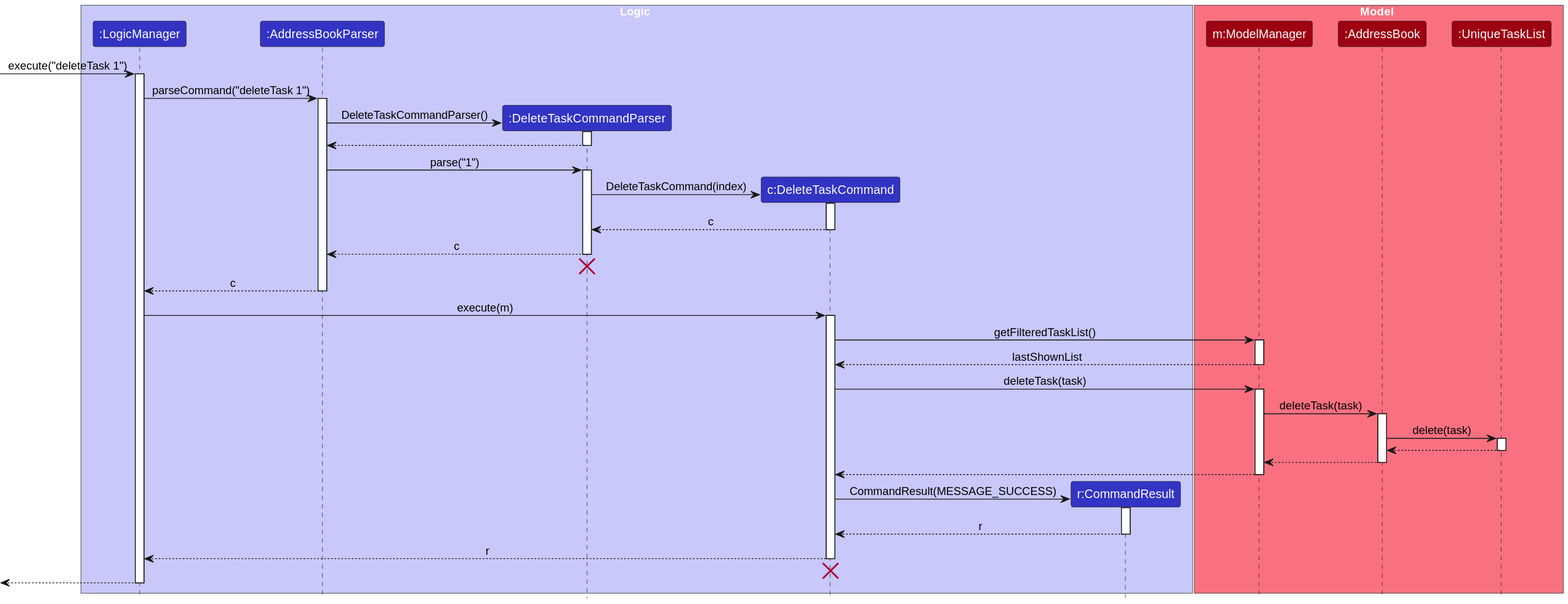
Above: docs/assets/svg/dg/DeleteTaskSequenceDiagram.svg in pra-navi/tp (PlantUML), before the change.
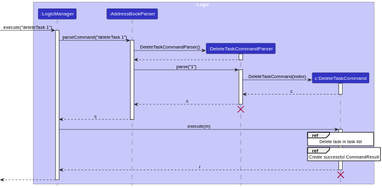
After the commit.

Diff of the diagram source:
```diff
@@ -1,19 +1,13 @@
 @startuml
 !include style.puml
 skinparam ArrowFontStyle plain
+skinparam sequenceReferenceBackgroundColor white
 
 box Logic LOGIC_COLOR_T1
 participant ":LogicManager" as LogicManager LOGIC_COLOR
 participant ":AddressBookParser" as AddressBookParser LOGIC_COLOR
 participant ":DeleteTaskCommandParser" as DeleteTaskCommandParser LOGIC_COLOR
 participant "c:DeleteTaskCommand" as DeleteTaskCommand LOGIC_COLOR
-participant "r:CommandResult" as CommandResult LOGIC_COLOR
-end box
-
-box Model MODEL_COLOR_T1
-participant "m:ModelManager" as ModelManager MODEL_COLOR
-participant ":AddressBook" as AddressBook MODEL_COLOR
-participant ":UniqueTaskList" as UniqueTaskList MODEL_COLOR
 end box
 
 [-> LogicManager : execute("deleteTask 1")
@@ -50,36 +44,9 @@
 LogicManager -> DeleteTaskCommand : execute(m)
 activate DeleteTaskCommand
 
-DeleteTaskCommand -> ModelManager : getFilteredTaskList()
-activate ModelManager
+ref over DeleteTaskCommand: Delete task in task list
 
-ModelManager --> DeleteTaskCommand : lastShownList
-deactivate ModelManager
-
-DeleteTaskCommand -> ModelManager : deleteTask(task)
-activate ModelManager
-
-ModelManager -> AddressBook : deleteTask(task)
-activate AddressBook
-
-AddressBook -> UniqueTaskList : delete(task)
-activate UniqueTaskList
-
-UniqueTaskList --> AddressBook
-deactivate UniqueTaskList
-
-AddressBook --> ModelManager
-deactivate AddressBook
-
-ModelManager --> DeleteTaskCommand
-deactivate ModelManager
-
-create CommandResult
-DeleteTaskCommand -> CommandResult : CommandResult(MESSAGE_SUCCESS)
-activate CommandResult
-
-CommandResult --> DeleteTaskCommand : r
-deactivate CommandResult
+ref over DeleteTaskCommand: Create successful CommandResult
 
 DeleteTaskCommand --> LogicManager : r
 deactivate DeleteTaskCommand
```
